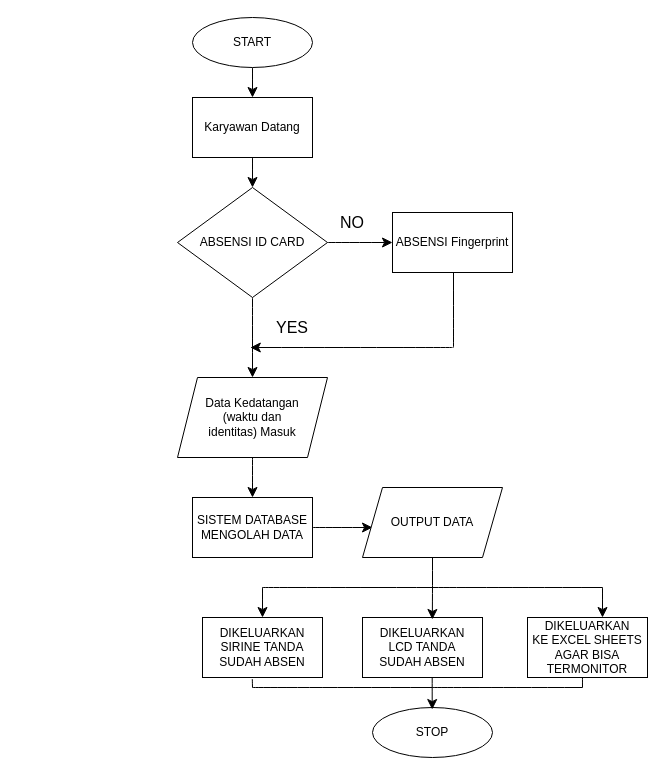
wawaaan/Mikrokontroller-dan-Interface keeps this draw.io diagram as Flowchart ABSENSI.drawio. Above is the earlier version. Source tidied: cells renumbered, new cells numbered last; positions are measured from the earlier drawing's top-left corner, leaving out a move shared by most shapes. Both pictures are drawn from the tidied source at 100%, with x=0, y=0 at pixel (177, 17).
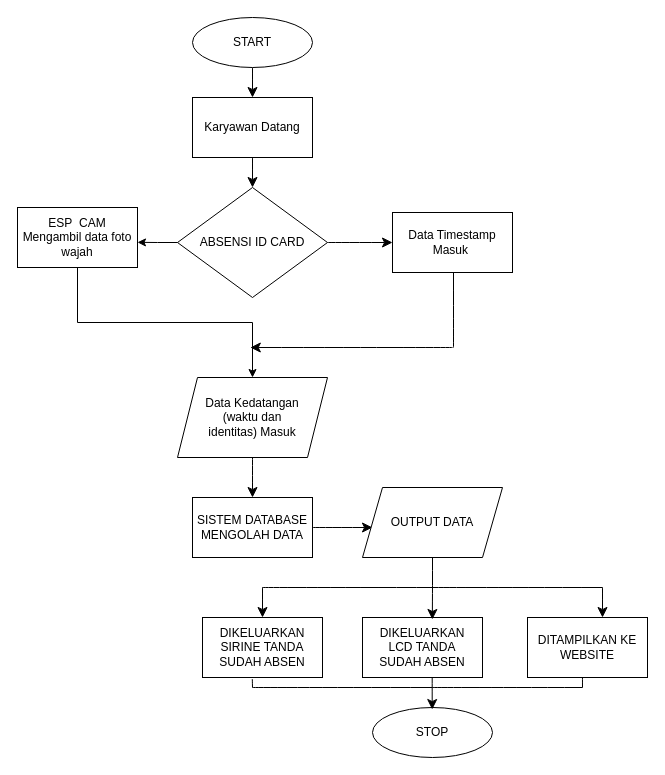
After the change.

The change refers to these unchanged cells:
```xml
<mxCell id="9" value="ABSENSI ID CARD" style="rhombus;whiteSpace=wrap;html=1;" parent="1" vertex="1">
  <mxGeometry y="170" width="150" height="110" as="geometry" />
</mxCell>
<mxCell id="13" value="Data Kedatangan&lt;div&gt;(waktu dan&lt;/div&gt;&lt;div&gt;identitas) Masuk&lt;/div&gt;" style="shape=parallelogram;perimeter=parallelogramPerimeter;whiteSpace=wrap;html=1;fixedSize=1;" parent="1" vertex="1">
  <mxGeometry y="360" width="150" height="80" as="geometry" />
</mxCell>
```

What changed in the source:
```diff
@@
-    <mxCell id="4" value="ABSENSI Fingerprint" style="rounded=0;whiteSpace=wrap;html=1;" parent="1" vertex="1">
+    <mxCell id="4" value="Data Timestamp Masuk&amp;nbsp;" style="rounded=0;whiteSpace=wrap;html=1;" parent="1" vertex="1">
       <mxGeometry x="215" y="195" width="120" height="60" as="geometry" />
     </mxCell>
@@
-    <mxCell id="8" style="edgeStyle=none;curved=1;rounded=0;jettySize=auto;html=1;exitX=0.5;exitY=1;exitDx=0;exitDy=0;entryX=0.5;entryY=0;entryDx=0;entryDy=0;fontSize=12;startSize=8;endSize=8;" parent="1" edge="1" source="9" target="13">
-      <mxGeometry relative="1" as="geometry" />
-    </mxCell>
@@
-    <mxCell id="10" value="YES" style="text;html=1;whiteSpace=wrap;strokeColor=none;fillColor=none;align=center;verticalAlign=middle;rounded=0;fontSize=16;" parent="1" vertex="1">
-      <mxGeometry x="85" y="300" width="60" height="20" as="geometry" />
-    </mxCell>
-    <mxCell id="11" value="NO" style="text;html=1;whiteSpace=wrap;strokeColor=none;fillColor=none;align=center;verticalAlign=middle;rounded=0;fontSize=16;" parent="1" vertex="1">
-      <mxGeometry x="145" y="195" width="60" height="20" as="geometry" />
-    </mxCell>
@@
-    <mxCell id="22" value="DIKELUARKAN&lt;br&gt;KE EXCEL SHEETS&lt;div&gt;AGAR BISA TERMONITOR&lt;/div&gt;" style="rounded=0;whiteSpace=wrap;html=1;" parent="1" vertex="1">
+    <mxCell id="22" value="DITAMPILKAN KE WEBSITE" style="rounded=0;whiteSpace=wrap;html=1;" parent="1" vertex="1">
       <mxGeometry x="350" y="600" width="120" height="60" as="geometry" />
     </mxCell>
@@
+    <mxCell id="34" style="edgeStyle=orthogonalEdgeStyle;rounded=0;jettySize=auto;html=1;exitX=0.5;exitY=1;exitDx=0;exitDy=0;entryX=0.5;entryY=0;entryDx=0;entryDy=0;" parent="1" edge="1" source="35" target="13">
+      <mxGeometry relative="1" as="geometry" />
+    </mxCell>
+    <mxCell id="35" value="ESP&amp;nbsp; CAM Mengambil data foto wajah" style="rounded=0;whiteSpace=wrap;html=1;" parent="1" vertex="1">
+      <mxGeometry x="-160" y="190" width="120" height="60" as="geometry" />
+    </mxCell>
+    <mxCell id="36" style="edgeStyle=orthogonalEdgeStyle;rounded=0;jettySize=auto;html=1;exitX=0;exitY=0.5;exitDx=0;exitDy=0;entryX=1;entryY=0.581;entryDx=0;entryDy=0;entryPerimeter=0;" parent="1" edge="1" source="9" target="35">
+      <mxGeometry relative="1" as="geometry" />
+    </mxCell>
```
